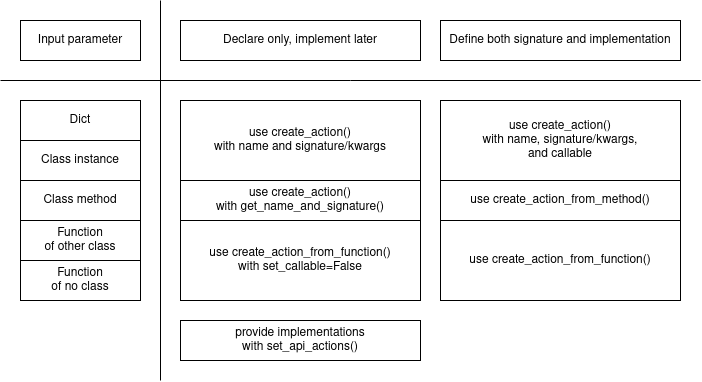
This is up_bridge/create_action_interface.drawio.png from aiplan4eu/embedded-systems-bridge, a draw.io export, as it was before one commit. Source tidied: cells renumbered, new cells last; positions are measured from the earlier drawing's top-left corner, leaving out a move shared by most shapes.
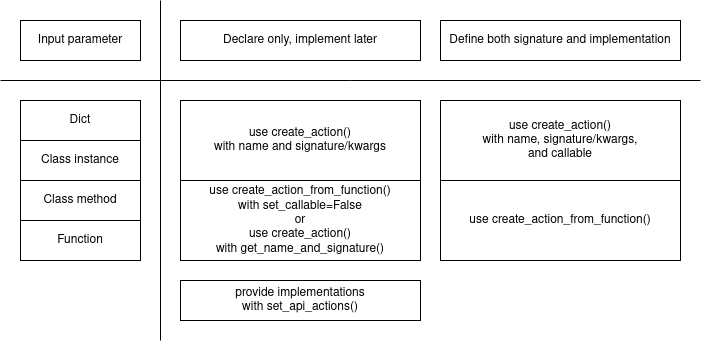
The same diagram one commit later.

Diff of the diagram source:
```diff
@@ -8,11 +8,8 @@
     <mxCell id="3" value="Class method" style="rounded=0;whiteSpace=wrap;html=1;" parent="1" vertex="1">
       <mxGeometry x="20" y="180" width="120" height="40" as="geometry" />
     </mxCell>
-    <mxCell id="4" value="&lt;div&gt;Function&lt;/div&gt;&lt;div&gt;of other class&lt;/div&gt;" style="rounded=0;whiteSpace=wrap;html=1;" parent="1" vertex="1">
-      <mxGeometry x="20" y="220" width="120" height="40" as="geometry" />
-    </mxCell>
-    <mxCell id="5" value="&lt;div&gt;Function&lt;/div&gt;&lt;div&gt;of no class&lt;/div&gt;" style="rounded=0;whiteSpace=wrap;html=1;" parent="1" vertex="1">
-      <mxGeometry x="20" y="260" width="120" height="40" as="geometry" />
+    <mxCell id="5" value="&lt;div&gt;Function&lt;/div&gt;" style="rounded=0;whiteSpace=wrap;html=1;" parent="1" vertex="1">
+      <mxGeometry x="20" y="220" width="120" height="40" as="geometry" />
     </mxCell>
     <mxCell id="6" value="Class instance" style="rounded=0;whiteSpace=wrap;html=1;" parent="1" vertex="1">
       <mxGeometry x="20" y="140" width="120" height="40" as="geometry" />
@@ -32,14 +29,14 @@
         <mxPoint x="700" y="80" as="targetPoint" />
       </mxGeometry>
     </mxCell>
-    <mxCell id="11" value="&lt;div&gt;use create_action_from_function()&lt;/div&gt;&lt;div&gt;with set_callable=False&lt;/div&gt;" style="rounded=0;whiteSpace=wrap;html=1;" parent="1" vertex="1">
-      <mxGeometry x="180" y="220" width="240" height="80" as="geometry" />
+    <mxCell id="11" value="&lt;div&gt;use create_action_from_function()&lt;/div&gt;&lt;div&gt;with set_callable=False&lt;/div&gt;&lt;div&gt;or&lt;/div&gt;&lt;div&gt;&lt;div&gt;use create_action()&lt;/div&gt;&lt;div&gt;with get_name_and_signature()&lt;br&gt;&lt;/div&gt;&lt;/div&gt;" style="rounded=0;whiteSpace=wrap;html=1;" parent="1" vertex="1">
+      <mxGeometry x="180" y="180" width="240" height="80" as="geometry" />
     </mxCell>
     <mxCell id="12" value="&lt;div&gt;provide implementations&lt;/div&gt;&lt;div&gt;with set_api_actions()&lt;br&gt;&lt;/div&gt;" style="rounded=0;whiteSpace=wrap;html=1;" parent="1" vertex="1">
-      <mxGeometry x="180" y="320" width="240" height="40" as="geometry" />
+      <mxGeometry x="180" y="280" width="240" height="40" as="geometry" />
     </mxCell>
-    <mxCell id="13" value="&lt;div&gt;use create_action_from_function()&lt;/div&gt;" style="rounded=0;whiteSpace=wrap;html=1;" parent="1" vertex="1">
-      <mxGeometry x="440" y="220" width="240" height="80" as="geometry" />
+    <mxCell id="13" value="use create_action_from_function()" style="rounded=0;whiteSpace=wrap;html=1;" parent="1" vertex="1">
+      <mxGeometry x="440" y="180" width="240" height="80" as="geometry" />
     </mxCell>
     <mxCell id="14" value="&lt;div&gt;use create_action()&lt;/div&gt;&lt;div&gt;with name and signature/kwargs&lt;/div&gt;" style="rounded=0;whiteSpace=wrap;html=1;" parent="1" vertex="1">
       <mxGeometry x="180" y="100" width="240" height="80" as="geometry" />
@@ -47,16 +44,10 @@
     <mxCell id="15" value="&lt;div&gt;use create_action()&lt;/div&gt;&lt;div&gt;with name, signature/kwargs,&lt;br&gt;&lt;/div&gt;&lt;div&gt;and callable&lt;br&gt;&lt;/div&gt;" style="rounded=0;whiteSpace=wrap;html=1;" parent="1" vertex="1">
       <mxGeometry x="440" y="100" width="240" height="80" as="geometry" />
     </mxCell>
-    <mxCell id="16" value="&lt;div&gt;use create_action()&lt;/div&gt;&lt;div&gt;with get_name_and_signature()&lt;br&gt;&lt;/div&gt;" style="rounded=0;whiteSpace=wrap;html=1;" parent="1" vertex="1">
-      <mxGeometry x="180" y="180" width="240" height="40" as="geometry" />
-    </mxCell>
-    <mxCell id="17" value="use create_action_from_method()" style="rounded=0;whiteSpace=wrap;html=1;" parent="1" vertex="1">
-      <mxGeometry x="440" y="180" width="240" height="40" as="geometry" />
-    </mxCell>
     <mxCell id="18" style="endArrow=none;html=1;rounded=0;" parent="1" edge="1">
       <mxGeometry relative="1" as="geometry">
         <mxPoint x="160" as="sourcePoint" />
-        <mxPoint x="160" y="380" as="targetPoint" />
+        <mxPoint x="160" y="340" as="targetPoint" />
       </mxGeometry>
     </mxCell>
   </root>
```
